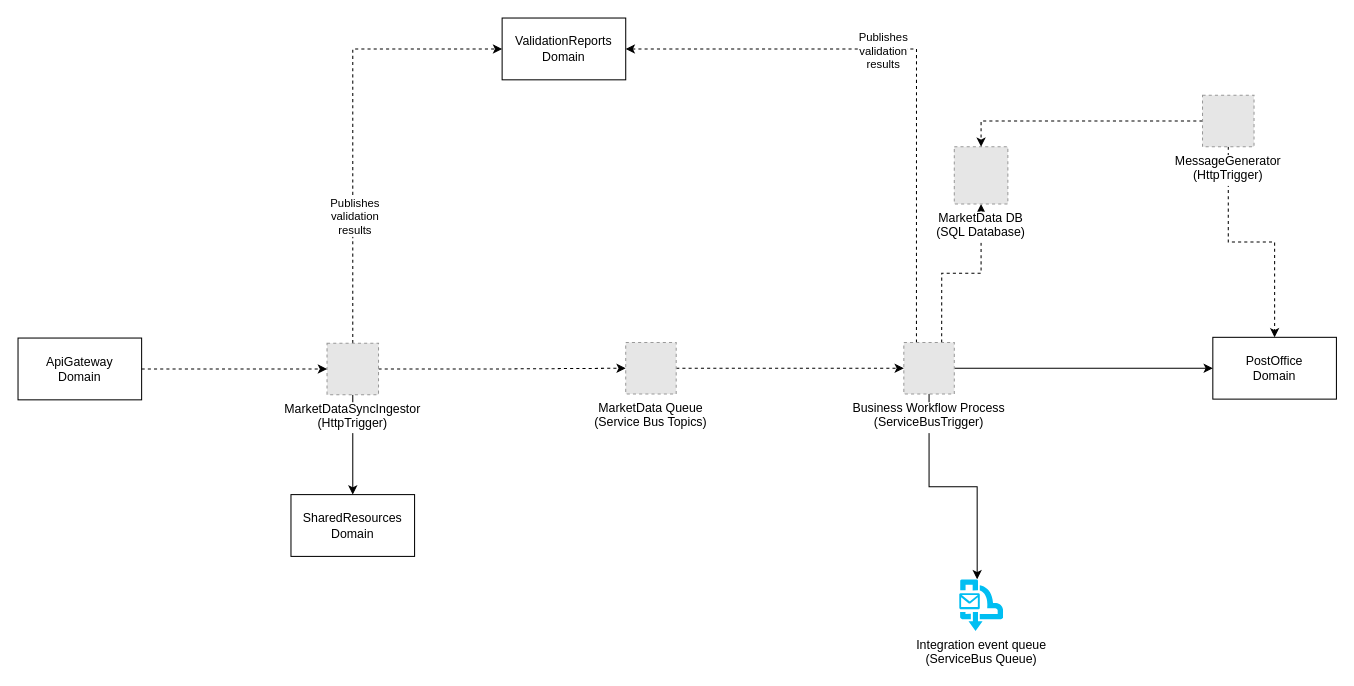
Before: ARCHITECTURE.drawio in Energinet-DataHub/ARCHIVED-geh-market-roles, a draw.io diagram. Source tidied: cells renumbered, new cells numbered last; positions are measured from the earlier drawing's top-left corner, leaving out a move shared by most shapes. Both pictures are drawn from the tidied source at 103%, with x=0, y=0 at pixel (18, 18). Pictures stored in the file or linked from it are replaced by grey dashed boxes.
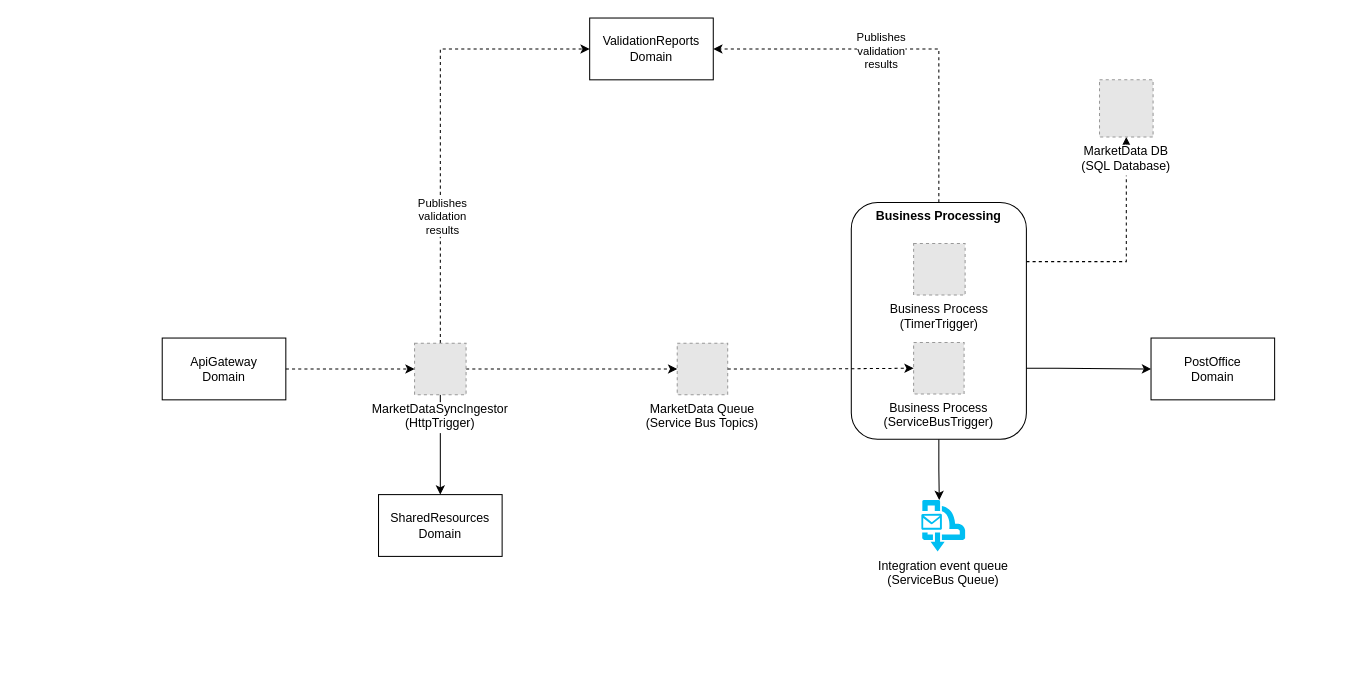
Above is the later version.

Commit message (it also covers changes not shown here):
Add new architecture and add new sequence diagrams as images

The edit, as a diff of the source:
```diff
@@
     <mxCell id="6" value="MarketDataSyncIngestor&#10;(HttpTrigger)" style="fillColor=#E6E6E6;strokeColor=#999999;dashed=1;verticalLabelPosition=bottom;labelBackgroundColor=#ffffff;verticalAlign=top;" parent="1" vertex="1">
-      <mxGeometry x="300" y="315.7" width="50" height="50" as="geometry" />
+      <mxGeometry x="385" y="315.7" width="50" height="50" as="geometry" />
     </mxCell>
-    <mxCell id="7" style="edgeStyle=orthogonalEdgeStyle;rounded=0;jettySize=auto;html=1;exitX=0.75;exitY=0;exitDx=0;exitDy=0;dashed=1;" parent="1" edge="1" source="12" target="15">
+    <mxCell id="7" style="edgeStyle=orthogonalEdgeStyle;rounded=0;jettySize=auto;html=1;dashed=1;exitX=1;exitY=0.25;exitDx=0;exitDy=0;" parent="1" edge="1" source="25" target="15">
       <mxGeometry relative="1" as="geometry" />
     </mxCell>
-    <mxCell id="8" style="edgeStyle=orthogonalEdgeStyle;rounded=0;jettySize=auto;html=1;exitX=0.25;exitY=0;exitDx=0;exitDy=0;entryX=1;entryY=0.5;entryDx=0;entryDy=0;dashed=1;startArrow=none;startFill=0;endArrow=classic;endFill=1;" parent="1" edge="1" source="12" target="18">
+    <mxCell id="8" style="edgeStyle=orthogonalEdgeStyle;rounded=0;jettySize=auto;html=1;entryX=1;entryY=0.5;entryDx=0;entryDy=0;dashed=1;startArrow=none;startFill=0;endArrow=classic;endFill=1;exitX=0.5;exitY=0;exitDx=0;exitDy=0;" parent="1" edge="1" source="25" target="18">
       <mxGeometry relative="1" as="geometry" />
     </mxCell>
@@
-    <mxCell id="10" style="edgeStyle=orthogonalEdgeStyle;rounded=0;jettySize=auto;html=1;exitX=0.5;exitY=1;exitDx=0;exitDy=0;entryX=0.41;entryY=0;entryDx=0;entryDy=0;entryPerimeter=0;" parent="1" edge="1" source="12" target="24">
+    <mxCell id="10" style="rounded=0;jettySize=auto;html=1;entryX=0.41;entryY=0;entryDx=0;entryDy=0;entryPerimeter=0;edgeStyle=orthogonalEdgeStyle;exitX=0.5;exitY=1;exitDx=0;exitDy=0;" parent="1" edge="1" source="25" target="24">
       <mxGeometry relative="1" as="geometry" />
     </mxCell>
@@
-    <mxCell id="12" value="Business Workflow Process&#10;(ServiceBusTrigger)" style="fillColor=#E6E6E6;strokeColor=#999999;dashed=1;verticalLabelPosition=bottom;labelBackgroundColor=#ffffff;verticalAlign=top;" parent="1" vertex="1">
-      <mxGeometry x="860" y="315" width="49" height="50" as="geometry" />
-    </mxCell>
-    <mxCell id="13" style="edgeStyle=orthogonalEdgeStyle;rounded=0;jettySize=auto;html=1;exitX=1;exitY=0.5;exitDx=0;exitDy=0;entryX=0;entryY=0.5;entryDx=0;entryDy=0;dashed=1;" parent="1" edge="1" source="14" target="12">
-      <mxGeometry relative="1" as="geometry" />
-    </mxCell>
     <mxCell id="14" value="MarketData Queue&#10;(Service Bus Topics)" style="fillColor=#E6E6E6;strokeColor=#999999;dashed=1;verticalLabelPosition=bottom;labelBackgroundColor=#ffffff;verticalAlign=top;" parent="1" vertex="1">
-      <mxGeometry x="590" y="315" width="49" height="50" as="geometry" />
+      <mxGeometry x="640" y="315.7" width="49" height="50" as="geometry" />
     </mxCell>
     <mxCell id="15" value="MarketData DB&#10;(SQL Database)" style="fillColor=#E6E6E6;strokeColor=#999999;dashed=1;verticalLabelPosition=bottom;labelBackgroundColor=#ffffff;verticalAlign=top;" parent="1" vertex="1">
-      <mxGeometry x="909" y="125" width="52" height="55.6" as="geometry" />
+      <mxGeometry x="1050" y="60" width="52" height="55.6" as="geometry" />
     </mxCell>
@@
     <mxCell id="17" value="ApiGateway&lt;br&gt;Domain" style="rounded=0;whiteSpace=wrap;html=1;fillColor=none;" parent="1" vertex="1">
-      <mxGeometry y="310.7" width="120" height="60" as="geometry" />
+      <mxGeometry x="140" y="310.7" width="120" height="60" as="geometry" />
     </mxCell>
     <mxCell id="18" value="ValidationReports&lt;br&gt;Domain" style="rounded=0;whiteSpace=wrap;html=1;fillColor=none;" parent="1" vertex="1">
-      <mxGeometry x="470" width="120" height="60" as="geometry" />
+      <mxGeometry x="555" width="120" height="60" as="geometry" />
     </mxCell>
-    <mxCell id="19" style="edgeStyle=orthogonalEdgeStyle;rounded=0;jettySize=auto;html=1;exitX=0;exitY=0.5;exitDx=0;exitDy=0;entryX=0.5;entryY=0;entryDx=0;entryDy=0;dashed=1;" parent="1" edge="1" source="21" target="15">
-      <mxGeometry relative="1" as="geometry" />
-    </mxCell>
-    <mxCell id="20" style="edgeStyle=orthogonalEdgeStyle;rounded=0;jettySize=auto;html=1;exitX=0.5;exitY=1;exitDx=0;exitDy=0;entryX=0.5;entryY=0;entryDx=0;entryDy=0;dashed=1;" parent="1" edge="1" source="21" target="22">
-      <mxGeometry relative="1" as="geometry" />
-    </mxCell>
-    <mxCell id="21" value="MessageGenerator&#10;(HttpTrigger)" style="fillColor=#E6E6E6;strokeColor=#999999;dashed=1;verticalLabelPosition=bottom;labelBackgroundColor=#ffffff;verticalAlign=top;" parent="1" vertex="1">
-      <mxGeometry x="1150" y="75" width="50" height="50" as="geometry" />
-    </mxCell>
     <mxCell id="22" value="PostOffice&lt;br&gt;Domain" style="rounded=0;whiteSpace=wrap;html=1;fillColor=none;" parent="1" vertex="1">
-      <mxGeometry x="1160" y="310" width="120" height="60" as="geometry" />
+      <mxGeometry x="1100" y="310.7" width="120" height="60" as="geometry" />
     </mxCell>
     <mxCell id="23" value="SharedResources&lt;br&gt;Domain" style="rounded=0;whiteSpace=wrap;html=1;fillColor=none;" parent="1" vertex="1">
-      <mxGeometry x="265" y="462.7" width="120" height="60" as="geometry" />
+      <mxGeometry x="350" y="462.7" width="120" height="60" as="geometry" />
     </mxCell>
     <mxCell id="24" value="Integration event queue&lt;br&gt;(ServiceBus Queue)" style="verticalLabelPosition=bottom;html=1;verticalAlign=top;align=center;strokeColor=none;fillColor=#00BEF2;shape=mxgraph.azure.service_bus_queues;" parent="1" vertex="1">
-      <mxGeometry x="913.8" y="545" width="42.5" height="50" as="geometry" />
+      <mxGeometry x="877" y="468" width="42.5" height="50" as="geometry" />
     </mxCell>
+    <mxCell id="25" value="&lt;b&gt;Business Processing&lt;/b&gt;" style="rounded=1;whiteSpace=wrap;html=1;verticalAlign=top;" parent="1" vertex="1">
+      <mxGeometry x="809" y="179" width="170" height="230" as="geometry" />
+    </mxCell>
+    <mxCell id="21" value="Business Process&#10;(TimerTrigger)" style="fillColor=#E6E6E6;strokeColor=#999999;dashed=1;verticalLabelPosition=bottom;labelBackgroundColor=#ffffff;verticalAlign=top;" parent="1" vertex="1">
+      <mxGeometry x="869.5" y="219" width="50" height="50" as="geometry" />
+    </mxCell>
+    <mxCell id="12" value="Business Process&#10;(ServiceBusTrigger)" style="fillColor=#E6E6E6;strokeColor=#999999;dashed=1;verticalLabelPosition=bottom;labelBackgroundColor=#ffffff;verticalAlign=top;" parent="1" vertex="1">
+      <mxGeometry x="869.5" y="315" width="49" height="50" as="geometry" />
+    </mxCell>
+    <mxCell id="13" style="edgeStyle=orthogonalEdgeStyle;rounded=0;jettySize=auto;html=1;exitX=1;exitY=0.5;exitDx=0;exitDy=0;entryX=0;entryY=0.5;entryDx=0;entryDy=0;dashed=1;" parent="1" edge="1" source="14" target="12">
+      <mxGeometry relative="1" as="geometry" />
+    </mxCell>
```
